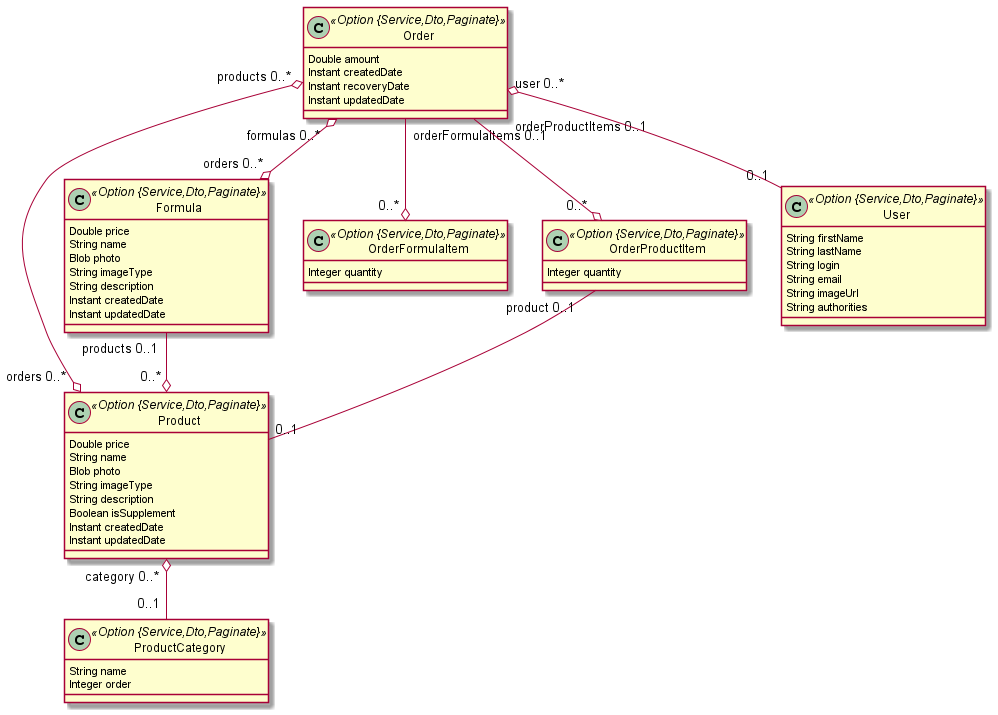
Earlier version of the PlantUML export model.png (cyrdominicytos/resto_order_app).
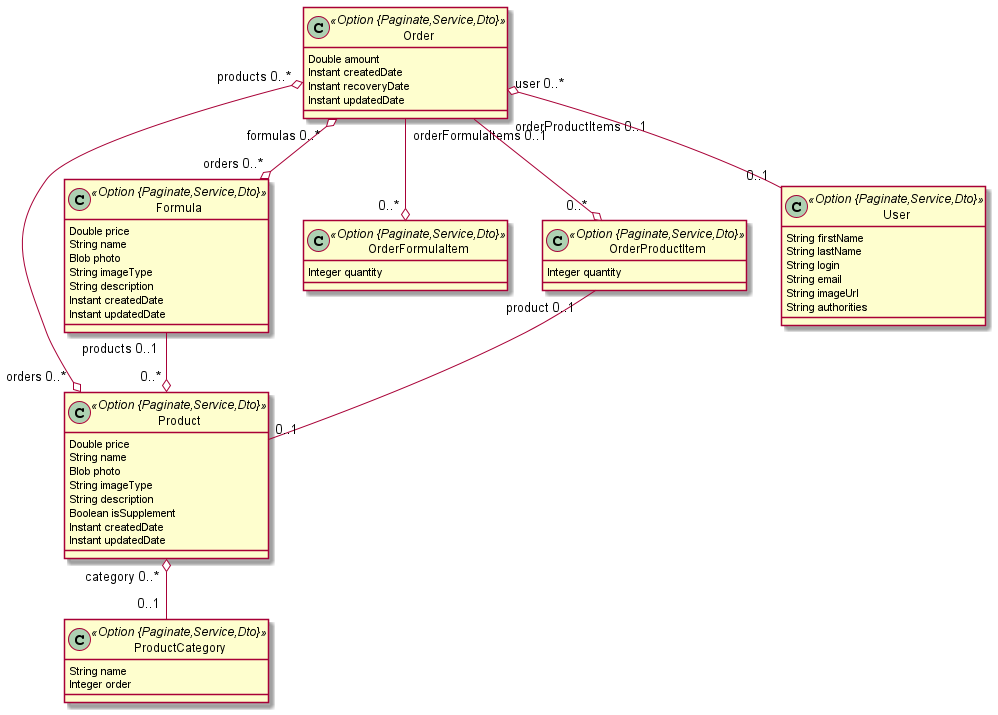
After the change.

Diff of the diagram source:
```diff
@@ -1,6 +1,6 @@
 @startuml
 	!pragma syntax class
-	class Product <<Option {Service,Dto,Paginate}>> {
+	class Product <<Option {Paginate,Service,Dto}>> {
 		Double price
 		String name
 		Blob photo
@@ -10,11 +10,11 @@
 		Instant createdDate
 		Instant updatedDate
 	}
-	class ProductCategory <<Option {Service,Dto,Paginate}>> {
+	class ProductCategory <<Option {Paginate,Service,Dto}>> {
 		String name
 		Integer order
 	}
-	class Formula <<Option {Service,Dto,Paginate}>> {
+	class Formula <<Option {Paginate,Service,Dto}>> {
 		Double price
 		String name
 		Blob photo
@@ -23,16 +23,16 @@
 		Instant createdDate
 		Instant updatedDate
 	}
-	class Order <<Option {Service,Dto,Paginate}>> {
+	class Order <<Option {Paginate,Service,Dto}>> {
 		Double amount
 		Instant createdDate
 		Instant recoveryDate
 		Instant updatedDate
 	}
-	class OrderFormulaItem <<Option {Service,Dto,Paginate}>> {
+	class OrderFormulaItem <<Option {Paginate,Service,Dto}>> {
 		Integer quantity
 	}
-	class OrderProductItem <<Option {Service,Dto,Paginate}>> {
+	class OrderProductItem <<Option {Paginate,Service,Dto}>> {
 		Integer quantity
 	}
 	Order  "orderFormulaItems 0..1 " --o "0..* "  OrderFormulaItem
@@ -43,7 +43,7 @@
 	Order  "products 0..* " o--o "orders 0..* "  Product
 	Order  "formulas 0..* " o--o "orders 0..* "  Formula
 	Order  "user 0..* " o-- "0..1 "  User
-	class User <<Option {Service,Dto,Paginate}>> {
+	class User <<Option {Paginate,Service,Dto}>> {
 		String firstName
 		String lastName
 		String login
```
